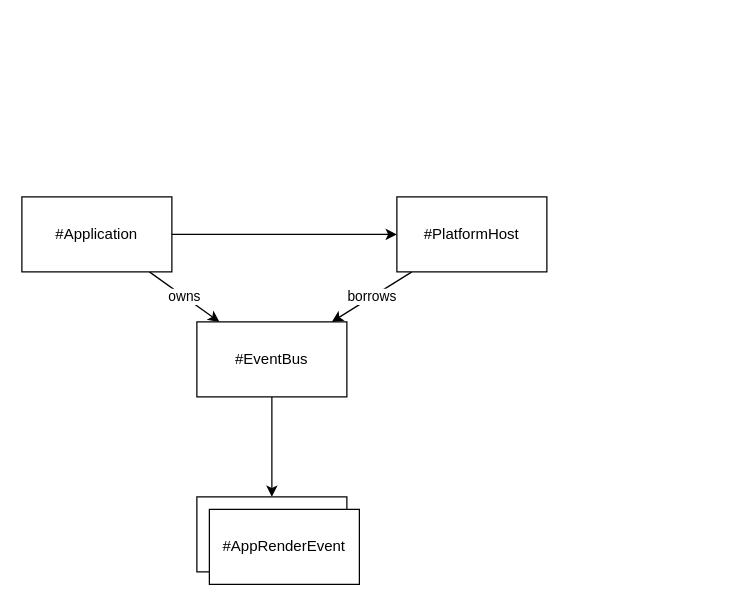
Above: docs/application.drawio in mattkleiny/surreal-rust (draw.io), before the change. Source tidied: cells renumbered, new cells numbered last; positions are measured from the earlier drawing's top-left corner, leaving out a move shared by most shapes. Both pictures are drawn from the tidied source at 125%, with x=0, y=0 at pixel (21, 196).
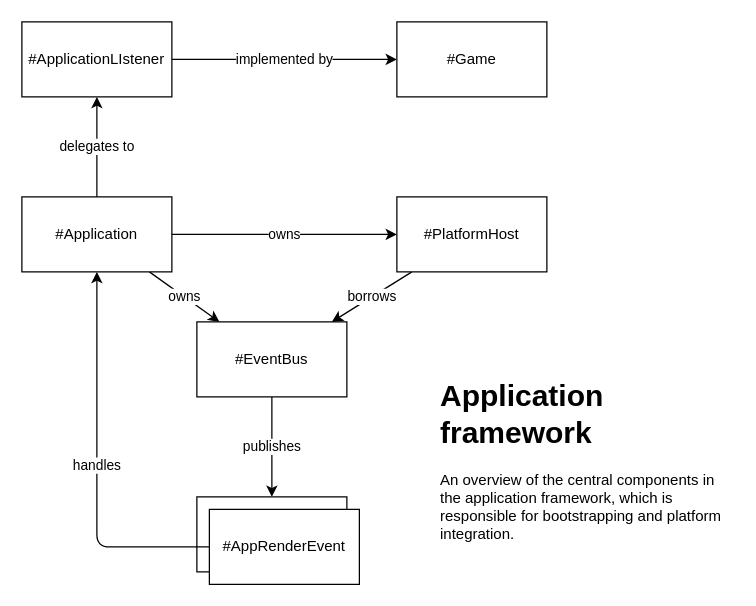
After the change.

What changed in the source:
```diff
@@
 <mxGraphModel>
   <root>
     <mxCell id="0" />
     <mxCell id="1" parent="0" />
-    <mxCell id="2" style="edgeStyle=none;html=1;" parent="1" edge="1" source="4" target="6">
+    <mxCell id="2" value="owns" style="edgeStyle=none;html=1;" parent="1" edge="1" source="4" target="6">
       <mxGeometry relative="1" as="geometry" />
     </mxCell>
     <mxCell id="3" value="owns" style="edgeStyle=none;html=1;" parent="1" edge="1" source="4" target="8">
       <mxGeometry relative="1" as="geometry" />
     </mxCell>
+    <mxCell id="11" value="delegates to" style="edgeStyle=orthogonalEdgeStyle;html=1;" parent="1" edge="1" source="4" target="14">
+      <mxGeometry relative="1" as="geometry" />
+    </mxCell>
     <mxCell id="4" value="#Application" style="rounded=0;whiteSpace=wrap;html=1;" parent="1" vertex="1">
       <mxGeometry width="120" height="60" as="geometry" />
     </mxCell>
     <mxCell id="5" value="borrows" style="edgeStyle=none;html=1;" parent="1" edge="1" source="6" target="8">
       <mxGeometry relative="1" as="geometry" />
     </mxCell>
     <mxCell id="6" value="#PlatformHost" style="whiteSpace=wrap;html=1;rounded=0;" parent="1" vertex="1">
       <mxGeometry x="300" width="120" height="60" as="geometry" />
     </mxCell>
-    <mxCell id="7" style="edgeStyle=none;html=1;" parent="1" edge="1" source="8" target="9">
+    <mxCell id="7" value="publishes" style="edgeStyle=none;html=1;" parent="1" edge="1" source="8" target="9">
       <mxGeometry relative="1" as="geometry" />
     </mxCell>
     <mxCell id="8" value="#EventBus" style="whiteSpace=wrap;html=1;rounded=0;" parent="1" vertex="1">
       <mxGeometry x="140" y="100" width="120" height="60" as="geometry" />
     </mxCell>
     <mxCell id="9" value="#AppTickEvent" style="whiteSpace=wrap;html=1;rounded=0;" parent="1" vertex="1">
       <mxGeometry x="140" y="240" width="120" height="60" as="geometry" />
     </mxCell>
+    <mxCell id="12" value="handles" style="edgeStyle=orthogonalEdgeStyle;html=1;entryX=0.5;entryY=1;entryDx=0;entryDy=0;" parent="1" edge="1" source="10" target="4">
+      <mxGeometry relative="1" as="geometry" />
+    </mxCell>
     <mxCell id="10" value="#AppRenderEvent" style="whiteSpace=wrap;html=1;rounded=0;" parent="1" vertex="1">
       <mxGeometry x="150" y="250" width="120" height="60" as="geometry" />
     </mxCell>
+    <mxCell id="13" value="implemented by" style="edgeStyle=orthogonalEdgeStyle;html=1;" parent="1" edge="1" source="14" target="15">
+      <mxGeometry relative="1" as="geometry" />
+    </mxCell>
+    <mxCell id="14" value="#ApplicationLIstener" style="rounded=0;whiteSpace=wrap;html=1;" parent="1" vertex="1">
+      <mxGeometry y="-140" width="120" height="60" as="geometry" />
+    </mxCell>
+    <mxCell id="15" value="#Game" style="whiteSpace=wrap;html=1;rounded=0;" parent="1" vertex="1">
+      <mxGeometry x="300" y="-140" width="120" height="60" as="geometry" />
+    </mxCell>
+    <mxCell id="16" value="&lt;h1&gt;&lt;span&gt;Application framework&lt;/span&gt;&lt;br&gt;&lt;/h1&gt;&lt;div&gt;&lt;span&gt;An overview of the central components in the application framework, which is responsible for bootstrapping and platform integration.&lt;/span&gt;&lt;/div&gt;" style="text;html=1;strokeColor=none;fillColor=none;spacing=5;spacingTop=-20;whiteSpace=wrap;overflow=hidden;rounded=0;" parent="1" vertex="1">
+      <mxGeometry x="330" y="140" width="240" height="140" as="geometry" />
+    </mxCell>
   </root>
 </mxGraphModel>
```
